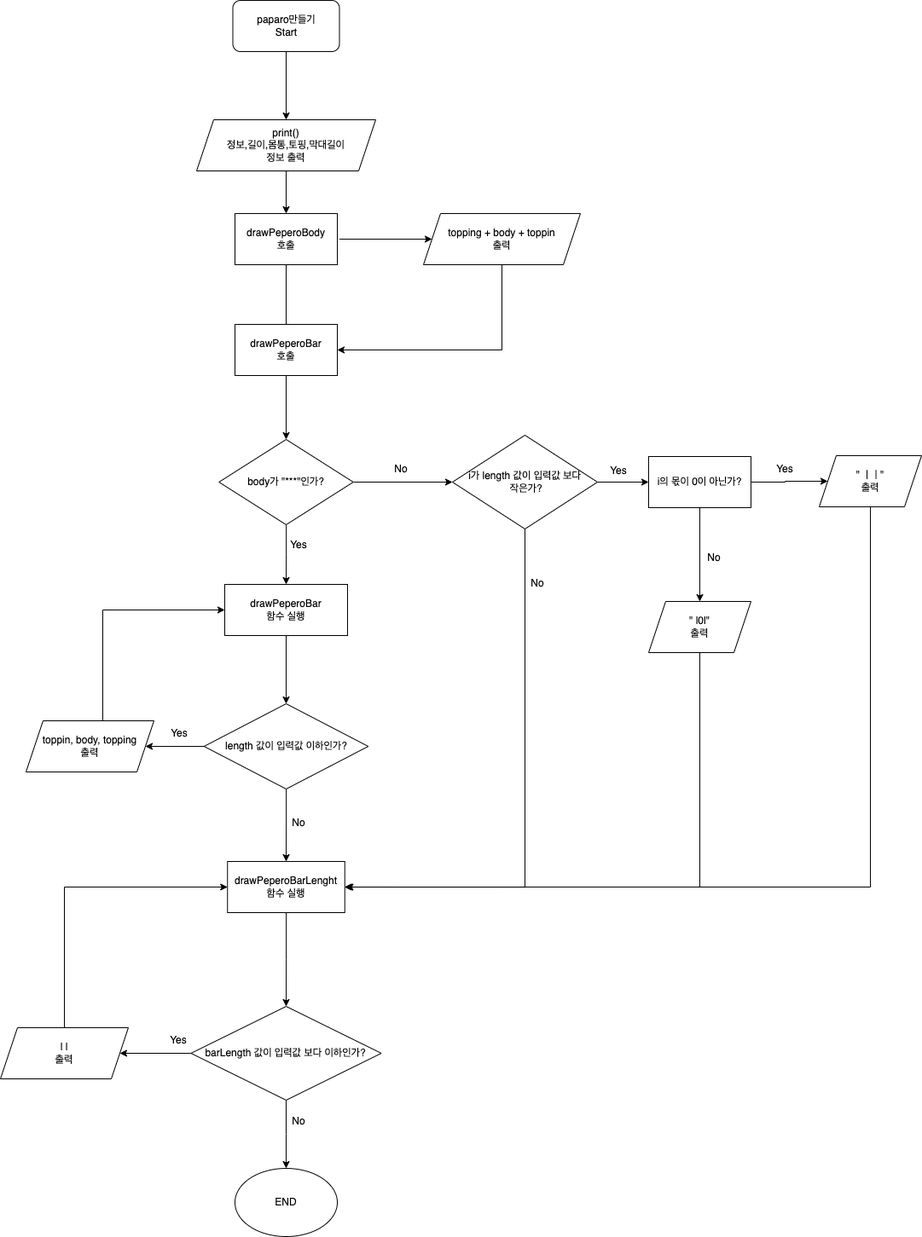
Before: Step3순서도.png, a diagram exported from draw.io (yagom-academy/swift-starter-Round1). Source tidied: cells renumbered, new cells last; positions are measured from the earlier drawing's top-left corner, leaving out a move shared by most shapes.
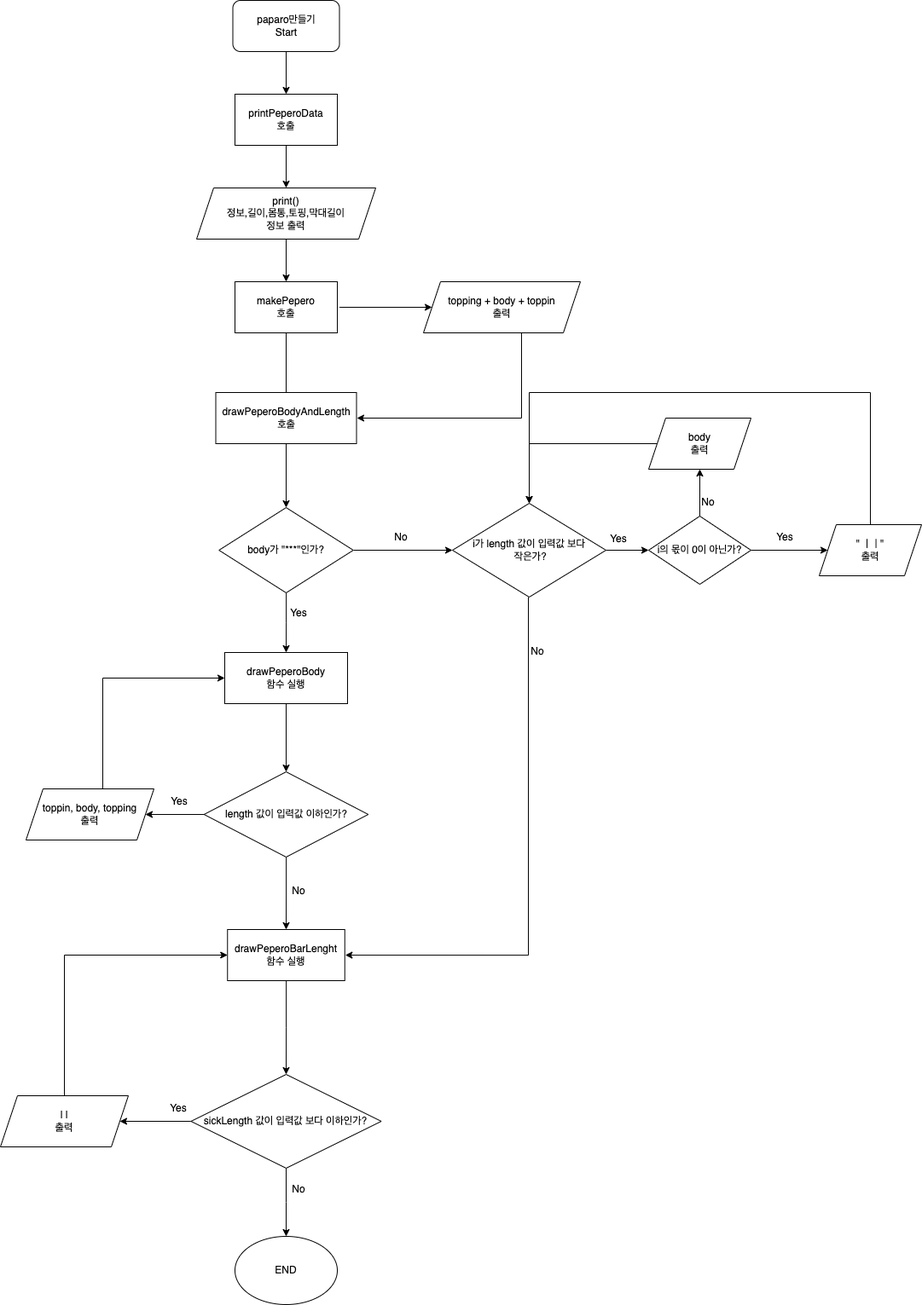
Later version of the same file.

Commit message:
코드 및 순서도 수정

Diff of the diagram source:
```diff
@@ -2,13 +2,11 @@
   <root>
     <mxCell id="0" />
     <mxCell id="1" parent="0" />
-    <mxCell id="2" style="edgeStyle=orthogonalEdgeStyle;rounded=0;jettySize=auto;html=1;" parent="1" edge="1" source="3">
-      <mxGeometry relative="1" as="geometry">
-        <mxPoint x="335" y="140" as="targetPoint" />
-      </mxGeometry>
+    <mxCell id="2" style="edgeStyle=orthogonalEdgeStyle;rounded=0;jettySize=auto;html=1;" parent="1" edge="1" source="3" target="54">
+      <mxGeometry relative="1" as="geometry" />
     </mxCell>
     <mxCell id="3" value="paparo만들기&lt;br&gt;Start" style="rounded=1;whiteSpace=wrap;html=1;" parent="1" vertex="1">
-      <mxGeometry x="272.5" width="125" height="60" as="geometry" />
+      <mxGeometry x="272.5" y="-80" width="125" height="60" as="geometry" />
     </mxCell>
     <mxCell id="4" style="edgeStyle=orthogonalEdgeStyle;rounded=0;jettySize=auto;html=1;" parent="1" edge="1" source="5">
       <mxGeometry relative="1" as="geometry">
@@ -39,54 +37,49 @@
         <mxPoint x="335" y="825" as="targetPoint" />
       </mxGeometry>
     </mxCell>
-    <mxCell id="11" value="drawPeperoBar&lt;br&gt;함수 실행" style="rounded=0;whiteSpace=wrap;html=1;" parent="1" vertex="1">
+    <mxCell id="11" value="drawPeperoBody&lt;br&gt;함수 실행" style="rounded=0;whiteSpace=wrap;html=1;" parent="1" vertex="1">
       <mxGeometry x="263" y="685" width="144" height="60" as="geometry" />
     </mxCell>
     <mxCell id="12" value="No" style="text;html=1;strokeColor=none;fillColor=none;align=center;verticalAlign=middle;whiteSpace=wrap;rounded=0;" parent="1" vertex="1">
       <mxGeometry x="440" y="535" width="60" height="30" as="geometry" />
     </mxCell>
-    <mxCell id="13" style="edgeStyle=orthogonalEdgeStyle;rounded=0;jettySize=auto;html=1;" parent="1" edge="1" source="14" target="17">
-      <mxGeometry relative="1" as="geometry" />
+    <mxCell id="13" style="edgeStyle=orthogonalEdgeStyle;rounded=0;jettySize=auto;html=1;" parent="1" edge="1" source="14">
+      <mxGeometry relative="1" as="geometry">
+        <mxPoint x="760" y="565" as="targetPoint" />
+      </mxGeometry>
     </mxCell>
     <mxCell id="14" value="i가 length 값이 입력값 보다&lt;br&gt;&amp;nbsp;작은가?" style="rhombus;whiteSpace=wrap;html=1;" parent="1" vertex="1">
-      <mxGeometry x="530" y="510" width="170" height="110" as="geometry" />
+      <mxGeometry x="530" y="510" width="180" height="110" as="geometry" />
     </mxCell>
-    <mxCell id="15" style="edgeStyle=orthogonalEdgeStyle;rounded=0;jettySize=auto;html=1;" parent="1" edge="1" source="17" target="19">
-      <mxGeometry relative="1" as="geometry" />
+    <mxCell id="15" style="edgeStyle=orthogonalEdgeStyle;rounded=0;jettySize=auto;html=1;" parent="1" edge="1" target="19">
+      <mxGeometry relative="1" as="geometry">
+        <mxPoint x="880" y="565" as="sourcePoint" />
+      </mxGeometry>
     </mxCell>
-    <mxCell id="16" style="edgeStyle=orthogonalEdgeStyle;rounded=0;jettySize=auto;html=1;" parent="1" edge="1" source="17">
-      <mxGeometry relative="1" as="geometry">
-        <mxPoint x="820" y="705" as="targetPoint" />
-      </mxGeometry>
-    </mxCell>
-    <mxCell id="17" value="i의 몫이 0이 아닌가?" style="rounded=0;whiteSpace=wrap;html=1;" parent="1" vertex="1">
-      <mxGeometry x="760" y="535" width="120" height="60" as="geometry" />
-    </mxCell>
-    <mxCell id="18" style="edgeStyle=orthogonalEdgeStyle;rounded=0;jettySize=auto;html=1;entryX=1;entryY=0.5;entryDx=0;entryDy=0;" parent="1" edge="1" source="19" target="42">
-      <mxGeometry relative="1" as="geometry">
-        <Array as="points">
-          <mxPoint x="1020" y="1040" />
-        </Array>
-      </mxGeometry>
-    </mxCell>
+    <mxCell id="50" style="edgeStyle=orthogonalEdgeStyle;rounded=0;jettySize=auto;html=1;entryX=0.5;entryY=0;entryDx=0;entryDy=0;" parent="1" edge="1" source="19" target="14">
+      <mxGeometry relative="1" as="geometry">
+        <Array as="points">
+          <mxPoint x="1020" y="380" />
+          <mxPoint x="620" y="380" />
+        </Array>
+      </mxGeometry>
+    </mxCell>
     <mxCell id="19" value="&quot; ㅣㅣ&quot;&lt;br&gt;출력" style="shape=parallelogram;perimeter=parallelogramPerimeter;whiteSpace=wrap;html=1;fixedSize=1;" parent="1" vertex="1">
-      <mxGeometry x="960" y="534" width="120" height="60" as="geometry" />
+      <mxGeometry x="960" y="535" width="120" height="60" as="geometry" />
     </mxCell>
     <mxCell id="20" value="Yes" style="text;html=1;strokeColor=none;fillColor=none;align=center;verticalAlign=middle;whiteSpace=wrap;rounded=0;" parent="1" vertex="1">
       <mxGeometry x="890" y="535" width="60" height="30" as="geometry" />
     </mxCell>
     <mxCell id="21" value="No" style="text;html=1;strokeColor=none;fillColor=none;align=center;verticalAlign=middle;whiteSpace=wrap;rounded=0;" parent="1" vertex="1">
-      <mxGeometry x="807" y="639" width="60" height="30" as="geometry" />
+      <mxGeometry x="800" y="494" width="60" height="30" as="geometry" />
     </mxCell>
-    <mxCell id="22" style="edgeStyle=orthogonalEdgeStyle;rounded=0;jettySize=auto;html=1;entryX=1;entryY=0.5;entryDx=0;entryDy=0;" parent="1" edge="1" source="23" target="42">
-      <mxGeometry relative="1" as="geometry">
-        <Array as="points">
-          <mxPoint x="820" y="1040" />
-        </Array>
-      </mxGeometry>
-    </mxCell>
+    <mxCell id="51" style="edgeStyle=orthogonalEdgeStyle;rounded=0;jettySize=auto;html=1;" parent="1" edge="1" source="23">
+      <mxGeometry relative="1" as="geometry">
+        <mxPoint x="620" y="510" as="targetPoint" />
+      </mxGeometry>
+    </mxCell>
-    <mxCell id="23" value="&quot; l0l&quot;&lt;br&gt;출력" style="shape=parallelogram;perimeter=parallelogramPerimeter;whiteSpace=wrap;html=1;fixedSize=1;" parent="1" vertex="1">
-      <mxGeometry x="760" y="705" width="120" height="60" as="geometry" />
+    <mxCell id="23" value="body&lt;br&gt;출력" style="shape=parallelogram;perimeter=parallelogramPerimeter;whiteSpace=wrap;html=1;fixedSize=1;" parent="1" vertex="1">
+      <mxGeometry x="760" y="410" width="120" height="60" as="geometry" />
     </mxCell>
     <mxCell id="24" value="Yes" style="text;html=1;strokeColor=none;fillColor=none;align=center;verticalAlign=middle;whiteSpace=wrap;rounded=0;" parent="1" vertex="1">
       <mxGeometry x="695" y="537" width="60" height="30" as="geometry" />
@@ -94,10 +87,12 @@
     <mxCell id="25" value="No" style="text;html=1;strokeColor=none;fillColor=none;align=center;verticalAlign=middle;whiteSpace=wrap;rounded=0;" parent="1" vertex="1">
       <mxGeometry x="600" y="669" width="60" height="30" as="geometry" />
     </mxCell>
-    <mxCell id="26" style="edgeStyle=orthogonalEdgeStyle;rounded=0;jettySize=auto;html=1;entryX=1.011;entryY=0.501;entryDx=0;entryDy=0;entryPerimeter=0;exitX=0.5;exitY=1;exitDx=0;exitDy=0;" parent="1" edge="1" source="14" target="42">
+    <mxCell id="26" style="edgeStyle=orthogonalEdgeStyle;rounded=0;orthogonalLoop=1;jettySize=auto;html=1;entryX=1.011;entryY=0.501;entryDx=0;entryDy=0;entryPerimeter=0;exitX=0.5;exitY=1;exitDx=0;exitDy=0;" parent="1" edge="1">
       <mxGeometry relative="1" as="geometry">
+        <mxPoint x="619" y="620" as="sourcePoint" />
+        <mxPoint x="404.3" y="1040.1" as="targetPoint" />
         <Array as="points">
-          <mxPoint x="615" y="1040" />
+          <mxPoint x="619" y="1040" />
         </Array>
       </mxGeometry>
     </mxCell>
@@ -134,7 +129,7 @@
     <mxCell id="35" style="edgeStyle=orthogonalEdgeStyle;rounded=0;jettySize=auto;html=1;entryX=0.5;entryY=0;entryDx=0;entryDy=0;" parent="1" edge="1" source="36" target="43">
       <mxGeometry relative="1" as="geometry" />
     </mxCell>
-    <mxCell id="36" value="barLength 값이 입력값 보다 이하인가?" style="rhombus;whiteSpace=wrap;html=1;" parent="1" vertex="1">
+    <mxCell id="36" value="sickLength 값이 입력값 보다 이하인가?" style="rhombus;whiteSpace=wrap;html=1;" parent="1" vertex="1">
       <mxGeometry x="223.4" y="1180" width="223.1" height="110" as="geometry" />
     </mxCell>
     <mxCell id="37" style="edgeStyle=orthogonalEdgeStyle;rounded=0;jettySize=auto;html=1;entryX=0;entryY=0.5;entryDx=0;entryDy=0;" parent="1" edge="1" source="38" target="42">
@@ -172,22 +167,35 @@
         <mxPoint x="335" y="310" as="sourcePoint" />
       </mxGeometry>
     </mxCell>
-    <mxCell id="46" style="edgeStyle=orthogonalEdgeStyle;rounded=0;jettySize=auto;html=1;entryX=1;entryY=0.5;entryDx=0;entryDy=0;" parent="1" edge="1" source="47">
+    <mxCell id="46" style="edgeStyle=orthogonalEdgeStyle;rounded=0;orthogonalLoop=1;jettySize=auto;html=1;entryX=1;entryY=0.5;entryDx=0;entryDy=0;" parent="1" edge="1">
       <mxGeometry relative="1" as="geometry">
-        <mxPoint x="395" y="410" as="targetPoint" />
+        <mxPoint x="611" y="310" as="sourcePoint" />
+        <mxPoint x="418" y="410" as="targetPoint" />
         <Array as="points">
-          <mxPoint x="588" y="410" />
+          <mxPoint x="611" y="410" />
         </Array>
       </mxGeometry>
     </mxCell>
     <mxCell id="47" value="topping + body + toppin&lt;br&gt;출력" style="shape=parallelogram;perimeter=parallelogramPerimeter;whiteSpace=wrap;html=1;fixedSize=1;" parent="1" vertex="1">
       <mxGeometry x="496" y="250" width="184" height="60" as="geometry" />
     </mxCell>
-    <mxCell id="48" value="&lt;span&gt;drawPeperoBody&lt;/span&gt;&lt;br&gt;&lt;span&gt;호출&lt;/span&gt;" style="rounded=0;whiteSpace=wrap;html=1;" parent="1" vertex="1">
+    <mxCell id="48" value="makePepero&lt;br&gt;&lt;span&gt;호출&lt;/span&gt;" style="rounded=0;whiteSpace=wrap;html=1;" parent="1" vertex="1">
       <mxGeometry x="275" y="250" width="120" height="60" as="geometry" />
     </mxCell>
-    <mxCell id="49" value="&lt;span&gt;drawPeperoBar&lt;/span&gt;&lt;br&gt;&lt;span&gt;호출&lt;/span&gt;" style="rounded=0;whiteSpace=wrap;html=1;" parent="1" vertex="1">
-      <mxGeometry x="275" y="380" width="120" height="60" as="geometry" />
+    <mxCell id="49" value="drawPeperoBodyAndLength&lt;br&gt;&lt;span&gt;호출&lt;/span&gt;" style="rounded=0;whiteSpace=wrap;html=1;" parent="1" vertex="1">
+      <mxGeometry x="252.5" y="380" width="165" height="60" as="geometry" />
     </mxCell>
+    <mxCell id="52" style="edgeStyle=orthogonalEdgeStyle;rounded=0;jettySize=auto;html=1;entryX=0.5;entryY=1;entryDx=0;entryDy=0;" parent="1" edge="1" source="17" target="23">
+      <mxGeometry relative="1" as="geometry" />
+    </mxCell>
+    <mxCell id="17" value="&lt;span&gt;i의 몫이 0이 아닌가?&lt;/span&gt;" style="rhombus;whiteSpace=wrap;html=1;" parent="1" vertex="1">
+      <mxGeometry x="760" y="525" width="120" height="80" as="geometry" />
+    </mxCell>
+    <mxCell id="53" style="edgeStyle=orthogonalEdgeStyle;rounded=0;jettySize=auto;html=1;entryX=0.5;entryY=0;entryDx=0;entryDy=0;" parent="1" edge="1" source="54" target="5">
+      <mxGeometry relative="1" as="geometry" />
+    </mxCell>
+    <mxCell id="54" value="printPeperoData&lt;br&gt;호출" style="rounded=0;whiteSpace=wrap;html=1;" parent="1" vertex="1">
+      <mxGeometry x="275" y="30" width="120" height="60" as="geometry" />
+    </mxCell>
   </root>
 </mxGraphModel>
```
